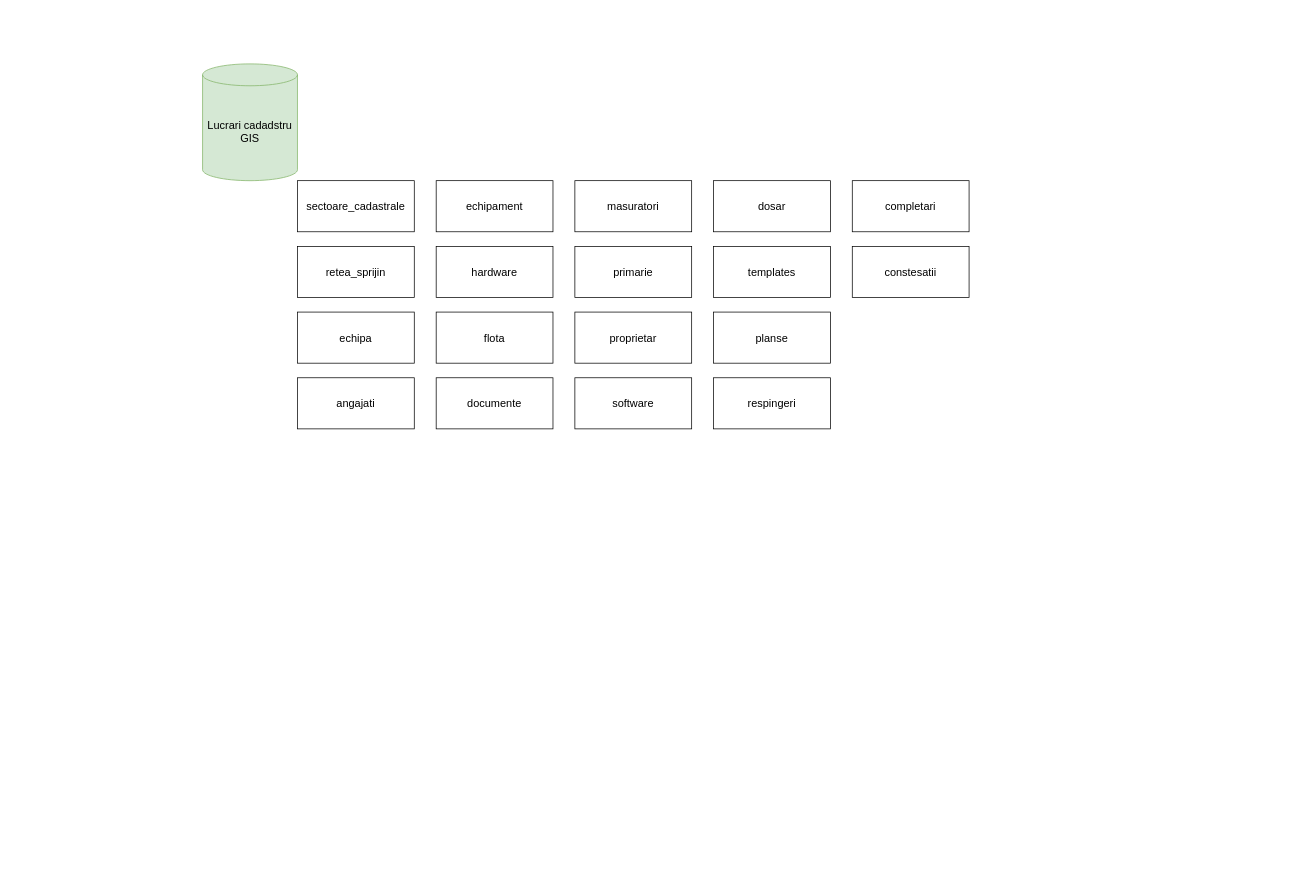
Earlier version of the draw.io diagram Model_abstract.drawio (kevinell/modelare_db). Source tidied: cells renumbered, new cells numbered last; positions are measured from the earlier drawing's top-left corner, leaving out a move shared by most shapes. Both pictures are drawn from the tidied source at 73%, with x=0, y=0 at pixel (202, 64).
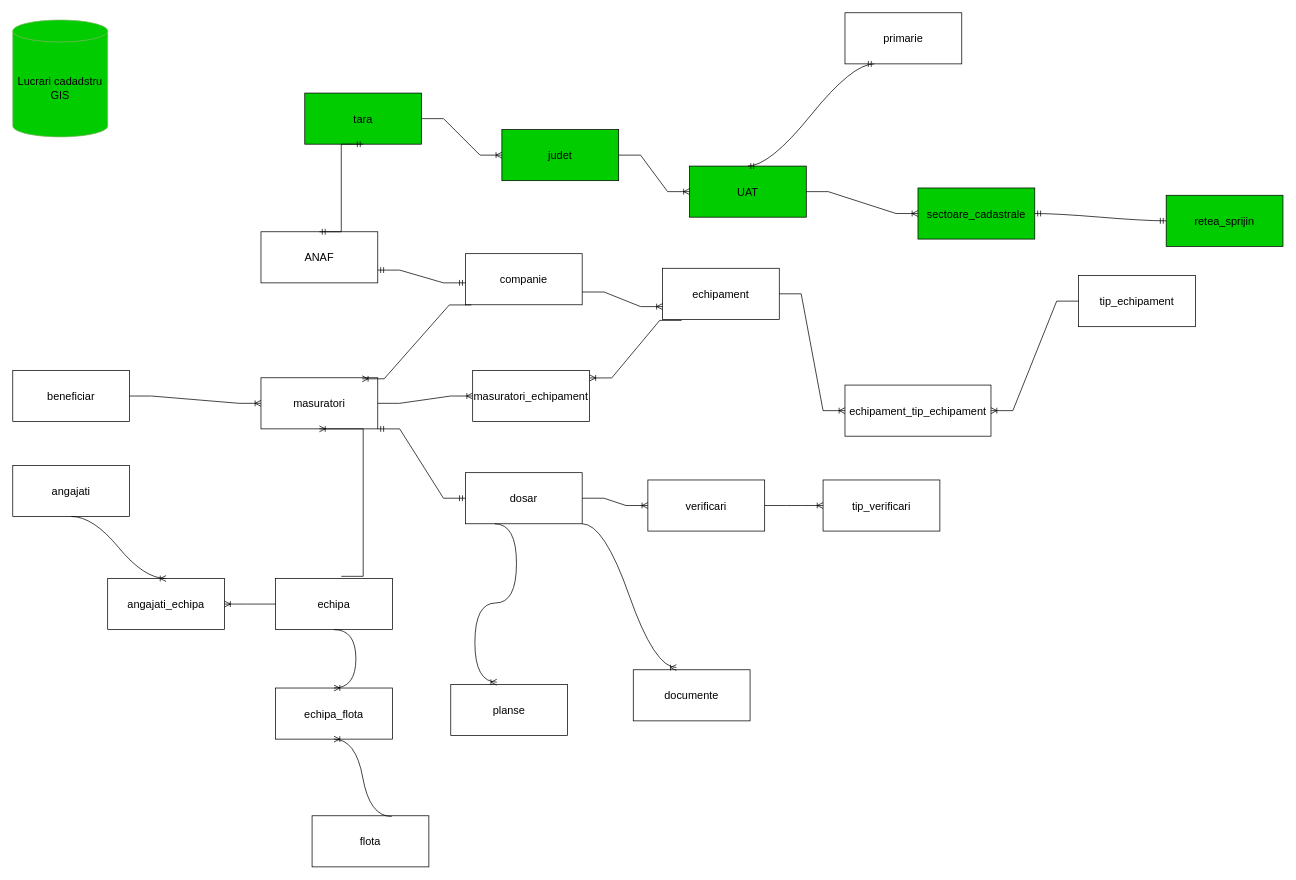
The same page after the edit.

Diff of the diagram source:
```diff
@@
-    <mxCell id="2" value="&lt;font style=&quot;font-size: 15px;&quot;&gt;Lucrari cadadstru&lt;br&gt;GIS&lt;/font&gt;" style="shape=cylinder3;whiteSpace=wrap;html=1;boundedLbl=1;backgroundOutline=1;size=15;fillColor=#d5e8d4;strokeColor=#82B366;labelBackgroundColor=none;" parent="1" vertex="1">
-      <mxGeometry width="130" height="160" as="geometry" />
+    <mxCell id="2" value="&lt;font style=&quot;font-size: 15px;&quot;&gt;Lucrari cadadstru&lt;br&gt;GIS&lt;/font&gt;" style="shape=cylinder3;whiteSpace=wrap;html=1;boundedLbl=1;backgroundOutline=1;size=15;fillColor=#00CC00;strokeColor=#82B366;labelBackgroundColor=none;" parent="1" vertex="1">
+      <mxGeometry x="-260" y="-60" width="130" height="160" as="geometry" />
     </mxCell>
-    <mxCell id="3" value="&lt;font style=&quot;font-size: 15px;&quot;&gt;sectoare_cadastrale&lt;/font&gt;" style="rounded=0;whiteSpace=wrap;html=1;" parent="1" vertex="1">
-      <mxGeometry x="130" y="160" width="160" height="70" as="geometry" />
+    <mxCell id="3" value="&lt;font style=&quot;font-size: 15px;&quot;&gt;sectoare_cadastrale&lt;/font&gt;" style="rounded=0;whiteSpace=wrap;html=1;fillColor=#00CC00;" parent="1" vertex="1">
+      <mxGeometry x="980" y="170" width="160" height="70" as="geometry" />
     </mxCell>
-    <mxCell id="4" value="&lt;font style=&quot;font-size: 15px;&quot;&gt;retea_sprijin&lt;/font&gt;" style="rounded=0;whiteSpace=wrap;html=1;" parent="1" vertex="1">
-      <mxGeometry x="130" y="250" width="160" height="70" as="geometry" />
+    <mxCell id="4" value="&lt;font style=&quot;font-size: 15px;&quot;&gt;retea_sprijin&lt;/font&gt;" style="rounded=0;whiteSpace=wrap;html=1;fillColor=#00CC00;" parent="1" vertex="1">
+      <mxGeometry x="1320" y="180" width="160" height="70" as="geometry" />
     </mxCell>
     <mxCell id="5" value="&lt;font style=&quot;font-size: 15px;&quot;&gt;echipa&lt;/font&gt;" style="rounded=0;whiteSpace=wrap;html=1;" parent="1" vertex="1">
-      <mxGeometry x="130" y="340" width="160" height="70" as="geometry" />
+      <mxGeometry x="100" y="705" width="160" height="70" as="geometry" />
     </mxCell>
     <mxCell id="6" value="&lt;font style=&quot;font-size: 15px;&quot;&gt;angajati&lt;/font&gt;" style="rounded=0;whiteSpace=wrap;html=1;" parent="1" vertex="1">
-      <mxGeometry x="130" y="430" width="160" height="70" as="geometry" />
+      <mxGeometry x="-260" y="550" width="160" height="70" as="geometry" />
     </mxCell>
     <mxCell id="7" value="&lt;font style=&quot;font-size: 15px;&quot;&gt;echipament&lt;br&gt;&lt;/font&gt;" style="rounded=0;whiteSpace=wrap;html=1;" parent="1" vertex="1">
-      <mxGeometry x="320" y="160" width="160" height="70" as="geometry" />
+      <mxGeometry x="630" y="280" width="160" height="70" as="geometry" />
     </mxCell>
-    <mxCell id="8" value="&lt;span style=&quot;font-size: 15px;&quot;&gt;hardware&lt;/span&gt;" style="rounded=0;whiteSpace=wrap;html=1;" parent="1" vertex="1">
-      <mxGeometry x="320" y="250" width="160" height="70" as="geometry" />
-    </mxCell>
     <mxCell id="9" value="&lt;font style=&quot;font-size: 15px;&quot;&gt;flota&lt;/font&gt;" style="rounded=0;whiteSpace=wrap;html=1;" parent="1" vertex="1">
-      <mxGeometry x="320" y="340" width="160" height="70" as="geometry" />
+      <mxGeometry x="150" y="1030" width="160" height="70" as="geometry" />
     </mxCell>
     <mxCell id="10" value="&lt;font style=&quot;font-size: 15px;&quot;&gt;documente&lt;/font&gt;" style="rounded=0;whiteSpace=wrap;html=1;" parent="1" vertex="1">
-      <mxGeometry x="320" y="430" width="160" height="70" as="geometry" />
+      <mxGeometry x="590" y="830" width="160" height="70" as="geometry" />
     </mxCell>
     <mxCell id="11" value="&lt;font style=&quot;font-size: 15px;&quot;&gt;masuratori&lt;/font&gt;" style="rounded=0;whiteSpace=wrap;html=1;" parent="1" vertex="1">
-      <mxGeometry x="510" y="160" width="160" height="70" as="geometry" />
+      <mxGeometry x="80" y="430" width="160" height="70" as="geometry" />
     </mxCell>
     <mxCell id="12" value="&lt;font style=&quot;font-size: 15px;&quot;&gt;primarie&lt;/font&gt;" style="rounded=0;whiteSpace=wrap;html=1;" parent="1" vertex="1">
-      <mxGeometry x="510" y="250" width="160" height="70" as="geometry" />
+      <mxGeometry x="880" y="-70" width="160" height="70" as="geometry" />
     </mxCell>
-    <mxCell id="13" value="&lt;font style=&quot;font-size: 15px;&quot;&gt;proprietar&lt;/font&gt;" style="rounded=0;whiteSpace=wrap;html=1;" parent="1" vertex="1">
-      <mxGeometry x="510" y="340" width="160" height="70" as="geometry" />
+    <mxCell id="13" value="&lt;font style=&quot;font-size: 15px;&quot;&gt;beneficiar&lt;/font&gt;" style="rounded=0;whiteSpace=wrap;html=1;" parent="1" vertex="1">
+      <mxGeometry x="-260" y="420" width="160" height="70" as="geometry" />
     </mxCell>
-    <mxCell id="14" value="&lt;font style=&quot;font-size: 15px;&quot;&gt;software&lt;/font&gt;" style="rounded=0;whiteSpace=wrap;html=1;" parent="1" vertex="1">
-      <mxGeometry x="510" y="430" width="160" height="70" as="geometry" />
-    </mxCell>
     <mxCell id="15" value="&lt;font style=&quot;font-size: 15px;&quot;&gt;dosar&lt;/font&gt;" style="rounded=0;whiteSpace=wrap;html=1;" parent="1" vertex="1">
-      <mxGeometry x="700" y="160" width="160" height="70" as="geometry" />
+      <mxGeometry x="360" y="560" width="160" height="70" as="geometry" />
     </mxCell>
-    <mxCell id="16" value="&lt;font style=&quot;font-size: 15px;&quot;&gt;templates&lt;/font&gt;" style="rounded=0;whiteSpace=wrap;html=1;" parent="1" vertex="1">
-      <mxGeometry x="700" y="250" width="160" height="70" as="geometry" />
-    </mxCell>
     <mxCell id="17" value="&lt;font style=&quot;font-size: 15px;&quot;&gt;planse&lt;/font&gt;" style="rounded=0;whiteSpace=wrap;html=1;" parent="1" vertex="1">
-      <mxGeometry x="700" y="340" width="160" height="70" as="geometry" />
+      <mxGeometry x="340" y="850" width="160" height="70" as="geometry" />
     </mxCell>
-    <mxCell id="18" value="&lt;font style=&quot;font-size: 15px;&quot;&gt;respingeri&lt;/font&gt;" style="rounded=0;whiteSpace=wrap;html=1;" parent="1" vertex="1">
-      <mxGeometry x="700" y="430" width="160" height="70" as="geometry" />
-    </mxCell>
-    <mxCell id="19" value="&lt;font style=&quot;font-size: 15px;&quot;&gt;completari&lt;/font&gt;" style="rounded=0;whiteSpace=wrap;html=1;" parent="1" vertex="1">
-      <mxGeometry x="890" y="160" width="160" height="70" as="geometry" />
-    </mxCell>
-    <mxCell id="20" value="&lt;font style=&quot;font-size: 15px;&quot;&gt;constesatii&lt;/font&gt;" style="rounded=0;whiteSpace=wrap;html=1;" parent="1" vertex="1">
-      <mxGeometry x="890" y="250" width="160" height="70" as="geometry" />
+    <mxCell id="20" value="&lt;font style=&quot;font-size: 15px;&quot;&gt;verificari&lt;/font&gt;" style="rounded=0;whiteSpace=wrap;html=1;" parent="1" vertex="1">
+      <mxGeometry x="610" y="570" width="160" height="70" as="geometry" />
     </mxCell>
+    <mxCell id="21" value="&lt;span style=&quot;font-size: 15px;&quot;&gt;UAT&lt;/span&gt;" style="rounded=0;whiteSpace=wrap;html=1;fillColor=#00CC00;" parent="1" vertex="1">
+      <mxGeometry x="667" y="140" width="160" height="70" as="geometry" />
+    </mxCell>
+    <mxCell id="22" style="edgeStyle=entityRelationEdgeStyle;fontSize=12;html=1;endArrow=ERoneToMany;rounded=0;" parent="1" edge="1" source="21" target="3">
+      <mxGeometry relative="1" as="geometry">
+        <Array as="points">
+          <mxPoint x="150" y="210" />
+          <mxPoint x="200" y="220" />
+        </Array>
+      </mxGeometry>
+    </mxCell>
+    <mxCell id="23" value="&lt;span style=&quot;font-size: 15px;&quot;&gt;judet&lt;/span&gt;" style="rounded=0;whiteSpace=wrap;html=1;fillColor=#00CC00;" parent="1" vertex="1">
+      <mxGeometry x="410" y="90" width="160" height="70" as="geometry" />
+    </mxCell>
+    <mxCell id="24" style="edgeStyle=entityRelationEdgeStyle;fontSize=12;html=1;endArrow=ERoneToMany;rounded=0;entryX=0;entryY=0.5;entryDx=0;entryDy=0;" parent="1" edge="1" source="23" target="21">
+      <mxGeometry relative="1" as="geometry" />
+    </mxCell>
+    <mxCell id="25" value="&lt;span style=&quot;font-size: 15px;&quot;&gt;tara&lt;/span&gt;" style="rounded=0;whiteSpace=wrap;html=1;fillColor=#00CC00;" parent="1" vertex="1">
+      <mxGeometry x="140" y="40" width="160" height="70" as="geometry" />
+    </mxCell>
+    <mxCell id="26" style="edgeStyle=entityRelationEdgeStyle;fontSize=12;html=1;endArrow=ERoneToMany;rounded=0;exitX=1;exitY=0.5;exitDx=0;exitDy=0;entryX=0;entryY=0.5;entryDx=0;entryDy=0;" parent="1" edge="1" source="25" target="23">
+      <mxGeometry relative="1" as="geometry">
+        <Array as="points">
+          <mxPoint x="300" y="90" />
+          <mxPoint x="310" y="90" />
+          <mxPoint x="300" y="80" />
+        </Array>
+      </mxGeometry>
+    </mxCell>
+    <mxCell id="27" value="&lt;font style=&quot;font-size: 15px;&quot;&gt;companie&lt;br&gt;&lt;/font&gt;" style="rounded=0;whiteSpace=wrap;html=1;" parent="1" vertex="1">
+      <mxGeometry x="360" y="260" width="160" height="70" as="geometry" />
+    </mxCell>
+    <mxCell id="28" style="edgeStyle=entityRelationEdgeStyle;fontSize=12;html=1;endArrow=ERoneToMany;rounded=0;exitX=1;exitY=0.75;exitDx=0;exitDy=0;entryX=0;entryY=0.75;entryDx=0;entryDy=0;" parent="1" edge="1" source="27" target="7">
+      <mxGeometry relative="1" as="geometry" />
+    </mxCell>
+    <mxCell id="29" value="&lt;font style=&quot;font-size: 15px;&quot;&gt;ANAF&lt;br&gt;&lt;/font&gt;" style="rounded=0;whiteSpace=wrap;html=1;" parent="1" vertex="1">
+      <mxGeometry x="80" y="230" width="160" height="70" as="geometry" />
+    </mxCell>
+    <mxCell id="30" style="edgeStyle=entityRelationEdgeStyle;fontSize=12;html=1;endArrow=ERmandOne;startArrow=ERmandOne;rounded=0;entryX=1;entryY=0.75;entryDx=0;entryDy=0;exitX=0;exitY=0.571;exitDx=0;exitDy=0;exitPerimeter=0;" parent="1" edge="1" source="27" target="29">
+      <mxGeometry relative="1" as="geometry">
+        <Array as="points">
+          <mxPoint x="110" y="260" />
+        </Array>
+      </mxGeometry>
+    </mxCell>
+    <mxCell id="31" style="edgeStyle=entityRelationEdgeStyle;fontSize=12;html=1;endArrow=ERmandOne;startArrow=ERmandOne;rounded=0;entryX=0.5;entryY=1;entryDx=0;entryDy=0;exitX=0.5;exitY=0;exitDx=0;exitDy=0;" parent="1" edge="1" source="29" target="25">
+      <mxGeometry relative="1" as="geometry">
+        <Array as="points">
+          <mxPoint x="200" y="170" />
+        </Array>
+      </mxGeometry>
+    </mxCell>
+    <mxCell id="32" style="edgeStyle=entityRelationEdgeStyle;fontSize=12;html=1;endArrow=ERoneToMany;rounded=0;exitX=0.05;exitY=1.003;exitDx=0;exitDy=0;exitPerimeter=0;entryX=0.867;entryY=0.02;entryDx=0;entryDy=0;entryPerimeter=0;" parent="1" edge="1" source="27" target="11">
+      <mxGeometry relative="1" as="geometry" />
+    </mxCell>
+    <mxCell id="33" value="&lt;font style=&quot;font-size: 15px;&quot;&gt;masuratori_echipament&lt;br&gt;&lt;/font&gt;" style="rounded=0;whiteSpace=wrap;html=1;" parent="1" vertex="1">
+      <mxGeometry x="370" y="420" width="160" height="70" as="geometry" />
+    </mxCell>
+    <mxCell id="34" style="edgeStyle=entityRelationEdgeStyle;fontSize=12;html=1;endArrow=ERoneToMany;rounded=0;exitX=1;exitY=0.5;exitDx=0;exitDy=0;entryX=0;entryY=0.5;entryDx=0;entryDy=0;" parent="1" edge="1" source="11" target="33">
+      <mxGeometry relative="1" as="geometry" />
+    </mxCell>
+    <mxCell id="35" style="edgeStyle=entityRelationEdgeStyle;fontSize=12;html=1;endArrow=ERoneToMany;rounded=0;exitX=0.164;exitY=1.02;exitDx=0;exitDy=0;entryX=1.003;entryY=0.146;entryDx=0;entryDy=0;entryPerimeter=0;exitPerimeter=0;" parent="1" edge="1" source="7" target="33">
+      <mxGeometry relative="1" as="geometry" />
+    </mxCell>
+    <mxCell id="36" value="&lt;font style=&quot;font-size: 15px;&quot;&gt;angajati_echipa&lt;/font&gt;" style="rounded=0;whiteSpace=wrap;html=1;" parent="1" vertex="1">
+      <mxGeometry x="-130" y="705" width="160" height="70" as="geometry" />
+    </mxCell>
+    <mxCell id="37" style="edgeStyle=entityRelationEdgeStyle;fontSize=12;html=1;endArrow=ERoneToMany;exitX=0.5;exitY=1;exitDx=0;exitDy=0;entryX=0.5;entryY=0;entryDx=0;entryDy=0;curved=1;" parent="1" edge="1" source="6" target="36">
+      <mxGeometry relative="1" as="geometry">
+        <Array as="points">
+          <mxPoint x="-100" y="650" />
+          <mxPoint x="-110" y="620" />
+        </Array>
+      </mxGeometry>
+    </mxCell>
+    <mxCell id="38" style="edgeStyle=entityRelationEdgeStyle;fontSize=12;html=1;endArrow=ERoneToMany;rounded=0;exitX=0;exitY=0.5;exitDx=0;exitDy=0;entryX=1;entryY=0.5;entryDx=0;entryDy=0;" parent="1" edge="1" source="5" target="36">
+      <mxGeometry relative="1" as="geometry" />
+    </mxCell>
+    <mxCell id="39" style="edgeStyle=entityRelationEdgeStyle;fontSize=12;html=1;endArrow=ERoneToMany;rounded=0;entryX=0.5;entryY=1;entryDx=0;entryDy=0;" parent="1" edge="1" target="11">
+      <mxGeometry relative="1" as="geometry">
+        <mxPoint x="190" y="702" as="sourcePoint" />
+      </mxGeometry>
+    </mxCell>
+    <mxCell id="40" value="&lt;font style=&quot;font-size: 15px;&quot;&gt;echipa_flota&lt;/font&gt;" style="rounded=0;whiteSpace=wrap;html=1;" parent="1" vertex="1">
+      <mxGeometry x="100" y="855" width="160" height="70" as="geometry" />
+    </mxCell>
+    <mxCell id="41" style="edgeStyle=entityRelationEdgeStyle;fontSize=12;html=1;endArrow=ERoneToMany;curved=1;exitX=0.681;exitY=0.014;exitDx=0;exitDy=0;entryX=0.5;entryY=1;entryDx=0;entryDy=0;exitPerimeter=0;" parent="1" edge="1" source="9" target="40">
+      <mxGeometry relative="1" as="geometry" />
+    </mxCell>
+    <mxCell id="42" style="edgeStyle=entityRelationEdgeStyle;fontSize=12;html=1;endArrow=ERoneToMany;exitX=0.5;exitY=1;exitDx=0;exitDy=0;curved=1;entryX=0.5;entryY=0;entryDx=0;entryDy=0;" parent="1" edge="1" source="5" target="40">
+      <mxGeometry relative="1" as="geometry" />
+    </mxCell>
+    <mxCell id="43" style="edgeStyle=entityRelationEdgeStyle;fontSize=12;html=1;endArrow=ERmandOne;startArrow=ERmandOne;entryX=1;entryY=0.5;entryDx=0;entryDy=0;exitX=0;exitY=0.5;exitDx=0;exitDy=0;curved=1;" parent="1" edge="1" source="4" target="3">
+      <mxGeometry relative="1" as="geometry" />
+    </mxCell>
+    <mxCell id="44" style="edgeStyle=entityRelationEdgeStyle;fontSize=12;html=1;endArrow=ERmandOne;startArrow=ERmandOne;entryX=0.25;entryY=1;entryDx=0;entryDy=0;exitX=0.5;exitY=0;exitDx=0;exitDy=0;curved=1;" parent="1" edge="1" source="21" target="12">
+      <mxGeometry relative="1" as="geometry" />
+    </mxCell>
+    <mxCell id="45" style="edgeStyle=entityRelationEdgeStyle;fontSize=12;html=1;endArrow=ERoneToMany;rounded=0;entryX=0;entryY=0.5;entryDx=0;entryDy=0;exitX=1;exitY=0.5;exitDx=0;exitDy=0;" parent="1" edge="1" source="13" target="11">
+      <mxGeometry relative="1" as="geometry" />
+    </mxCell>
+    <mxCell id="46" value="&lt;font style=&quot;font-size: 15px;&quot;&gt;tip_echipament&lt;br&gt;&lt;/font&gt;" style="rounded=0;whiteSpace=wrap;html=1;" parent="1" vertex="1">
+      <mxGeometry x="1200" y="290" width="160" height="70" as="geometry" />
+    </mxCell>
+    <mxCell id="47" value="&lt;font style=&quot;font-size: 15px;&quot;&gt;echipament_tip_echipament&lt;br&gt;&lt;/font&gt;" style="rounded=0;whiteSpace=wrap;html=1;" parent="1" vertex="1">
+      <mxGeometry x="880" y="440" width="200" height="70" as="geometry" />
+    </mxCell>
+    <mxCell id="48" style="edgeStyle=entityRelationEdgeStyle;fontSize=12;html=1;endArrow=ERoneToMany;rounded=0;exitX=1;exitY=0.5;exitDx=0;exitDy=0;entryX=0;entryY=0.5;entryDx=0;entryDy=0;" parent="1" edge="1" source="7" target="47">
+      <mxGeometry relative="1" as="geometry" />
+    </mxCell>
+    <mxCell id="49" style="edgeStyle=entityRelationEdgeStyle;fontSize=12;html=1;endArrow=ERoneToMany;rounded=0;exitX=0;exitY=0.5;exitDx=0;exitDy=0;entryX=1;entryY=0.5;entryDx=0;entryDy=0;" parent="1" edge="1" source="46" target="47">
+      <mxGeometry relative="1" as="geometry" />
+    </mxCell>
+    <mxCell id="50" value="&lt;font style=&quot;font-size: 15px;&quot;&gt;tip_verificari&lt;/font&gt;" style="rounded=0;whiteSpace=wrap;html=1;" parent="1" vertex="1">
+      <mxGeometry x="850" y="570" width="160" height="70" as="geometry" />
+    </mxCell>
+    <mxCell id="51" style="edgeStyle=entityRelationEdgeStyle;fontSize=12;html=1;endArrow=ERoneToMany;rounded=0;exitX=1;exitY=0.5;exitDx=0;exitDy=0;entryX=0;entryY=0.5;entryDx=0;entryDy=0;" parent="1" edge="1" source="20" target="50">
+      <mxGeometry relative="1" as="geometry" />
+    </mxCell>
+    <mxCell id="52" style="edgeStyle=entityRelationEdgeStyle;fontSize=12;html=1;endArrow=ERmandOne;startArrow=ERmandOne;rounded=0;exitX=1;exitY=1;exitDx=0;exitDy=0;entryX=0;entryY=0.5;entryDx=0;entryDy=0;" parent="1" edge="1" source="11" target="15">
+      <mxGeometry relative="1" as="geometry" />
+    </mxCell>
+    <mxCell id="53" style="edgeStyle=entityRelationEdgeStyle;fontSize=12;html=1;endArrow=ERoneToMany;rounded=0;exitX=1;exitY=0.5;exitDx=0;exitDy=0;entryX=0;entryY=0.5;entryDx=0;entryDy=0;" parent="1" edge="1" source="15" target="20">
+      <mxGeometry relative="1" as="geometry" />
+    </mxCell>
+    <mxCell id="54" style="edgeStyle=entityRelationEdgeStyle;fontSize=12;html=1;endArrow=ERoneToMany;exitX=0.25;exitY=1;exitDx=0;exitDy=0;entryX=0.394;entryY=-0.043;entryDx=0;entryDy=0;entryPerimeter=0;curved=1;" parent="1" edge="1" source="15" target="17">
+      <mxGeometry relative="1" as="geometry" />
+    </mxCell>
+    <mxCell id="55" style="edgeStyle=entityRelationEdgeStyle;fontSize=12;html=1;endArrow=ERoneToMany;entryX=0.369;entryY=-0.043;entryDx=0;entryDy=0;entryPerimeter=0;exitX=1;exitY=1;exitDx=0;exitDy=0;curved=1;" parent="1" edge="1" source="15" target="10">
+      <mxGeometry relative="1" as="geometry" />
+    </mxCell>
```
